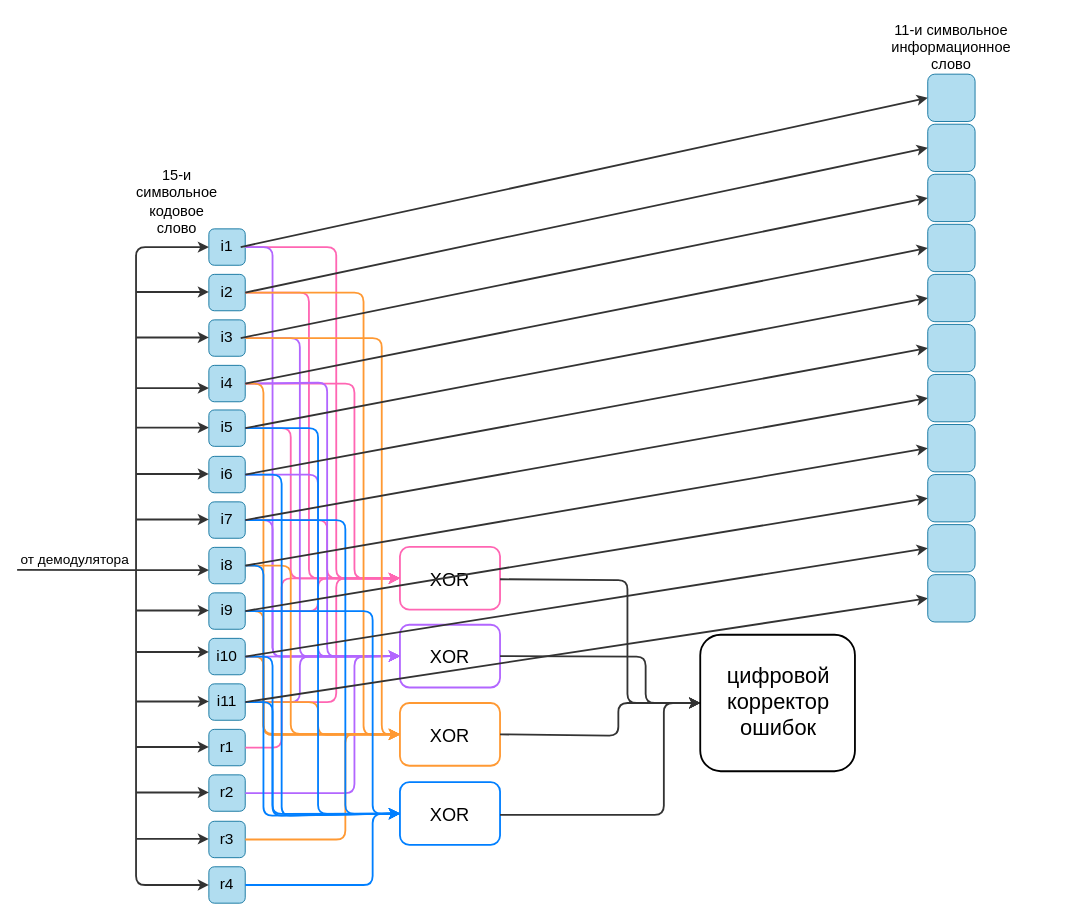
7Kseniya/itmo keeps this draw.io diagram as page "Страница 2" (2 of 2) of 1st semester/computer science/Диаграмма без названия.drawio. Above is the earlier version. Source tidied: cells renumbered, new cells numbered last; positions are measured from the earlier drawing's top-left corner, leaving out a move shared by most shapes. Both pictures are drawn from the tidied source at 91%, with x=0, y=0 at pixel (15, 15).
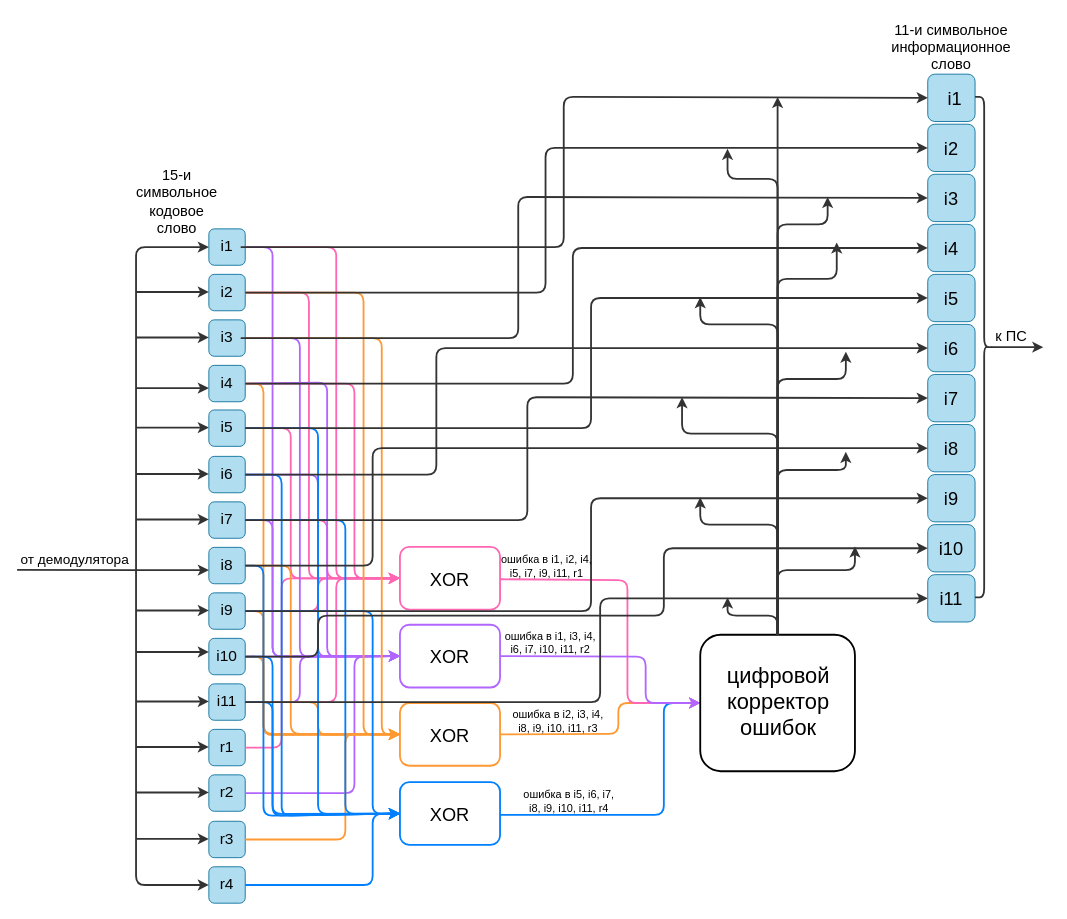
Above is the later version.

The change refers to these unchanged cells:
```xml
<mxCell id="4" style="rounded=1;whiteSpace=wrap;html=1;fillColor=#b1ddf0;strokeColor=#10739e;fillStyle=auto;" parent="1" vertex="1">
  <mxGeometry x="212" y="284" width="40" height="40" as="geometry" />
</mxCell>
<mxCell id="34" value="i1" style="text;html=1;strokeColor=none;fillColor=none;align=center;verticalAlign=middle;whiteSpace=wrap;rounded=0;fillStyle=auto;strokeWidth=2;fontSize=17;" parent="1" vertex="1">
  <mxGeometry x="217" y="239" width="30" height="30" as="geometry" />
</mxCell>
<mxCell id="36" value="i3" style="text;html=1;strokeColor=none;fillColor=none;align=center;verticalAlign=middle;whiteSpace=wrap;rounded=0;fillStyle=auto;strokeWidth=2;fontSize=17;" parent="1" vertex="1">
  <mxGeometry x="217" y="339" width="30" height="30" as="geometry" />
</mxCell>
<mxCell id="37" value="i4" style="text;html=1;strokeColor=none;fillColor=none;align=center;verticalAlign=middle;whiteSpace=wrap;rounded=0;fillStyle=auto;strokeWidth=2;fontSize=17;" parent="1" vertex="1">
  <mxGeometry x="212" y="389" width="40" height="30" as="geometry" />
</mxCell>
<mxCell id="38" value="i5" style="text;html=1;strokeColor=none;fillColor=none;align=center;verticalAlign=middle;whiteSpace=wrap;rounded=0;fillStyle=auto;strokeWidth=2;fontSize=17;" parent="1" vertex="1">
  <mxGeometry x="212" y="438" width="40" height="30" as="geometry" />
</mxCell>
<mxCell id="40" value="i7" style="text;html=1;strokeColor=none;fillColor=none;align=center;verticalAlign=middle;whiteSpace=wrap;rounded=0;fillStyle=auto;strokeWidth=2;fontSize=17;" parent="1" vertex="1">
  <mxGeometry x="212" y="539" width="40" height="30" as="geometry" />
</mxCell>
<mxCell id="41" value="i8" style="text;html=1;strokeColor=none;fillColor=none;align=center;verticalAlign=middle;whiteSpace=wrap;rounded=0;fillStyle=auto;strokeWidth=2;fontSize=17;" parent="1" vertex="1">
  <mxGeometry x="212" y="589" width="40" height="30" as="geometry" />
</mxCell>
<mxCell id="42" value="i9" style="text;html=1;strokeColor=none;fillColor=none;align=center;verticalAlign=middle;whiteSpace=wrap;rounded=0;fillStyle=auto;strokeWidth=2;fontSize=17;" parent="1" vertex="1">
  <mxGeometry x="212" y="639" width="40" height="30" as="geometry" />
</mxCell>
<mxCell id="43" value="i10" style="text;html=1;strokeColor=none;fillColor=none;align=center;verticalAlign=middle;whiteSpace=wrap;rounded=0;fillStyle=auto;strokeWidth=2;fontSize=17;" parent="1" vertex="1">
  <mxGeometry x="212" y="689" width="40" height="30" as="geometry" />
</mxCell>
<mxCell id="50" style="rounded=1;whiteSpace=wrap;html=1;fillStyle=auto;strokeColor=#FF9933;strokeWidth=2;fontSize=17;" parent="1" vertex="1">
  <mxGeometry x="422" y="755" width="110" height="69" as="geometry" />
</mxCell>
<mxCell id="51" style="rounded=1;whiteSpace=wrap;html=1;fillStyle=auto;strokeColor=#B266FF;strokeWidth=2;fontSize=17;" parent="1" vertex="1">
  <mxGeometry x="422" y="669" width="110" height="69" as="geometry" />
</mxCell>
<mxCell id="90" style="rounded=1;whiteSpace=wrap;html=1;fillColor=#b1ddf0;strokeColor=#10739e;fillStyle=auto;" parent="1" vertex="1">
  <mxGeometry x="1002" y="229" width="52" height="52" as="geometry" />
</mxCell>
<mxCell id="95" style="rounded=1;whiteSpace=wrap;html=1;fillStyle=auto;strokeWidth=2;fontSize=16;" parent="1" vertex="1">
  <mxGeometry x="752" y="680" width="170" height="150" as="geometry" />
</mxCell>
<mxCell id="97" style="rounded=1;whiteSpace=wrap;html=1;fillColor=#b1ddf0;strokeColor=#10739e;fillStyle=auto;" parent="1" vertex="1">
  <mxGeometry x="1002" y="284" width="52" height="52" as="geometry" />
</mxCell>
<mxCell id="98" style="rounded=1;whiteSpace=wrap;html=1;fillColor=#b1ddf0;strokeColor=#10739e;fillStyle=auto;" parent="1" vertex="1">
  <mxGeometry x="1002" y="339" width="52" height="52" as="geometry" />
</mxCell>
<mxCell id="99" style="rounded=1;whiteSpace=wrap;html=1;fillColor=#b1ddf0;strokeColor=#10739e;fillStyle=auto;" parent="1" vertex="1">
  <mxGeometry x="1002" y="174" width="52" height="52" as="geometry" />
</mxCell>
<mxCell id="100" style="rounded=1;whiteSpace=wrap;html=1;fillColor=#b1ddf0;strokeColor=#10739e;fillStyle=auto;" parent="1" vertex="1">
  <mxGeometry x="1002" y="449" width="52" height="52" as="geometry" />
</mxCell>
<mxCell id="101" style="rounded=1;whiteSpace=wrap;html=1;fillColor=#b1ddf0;strokeColor=#10739e;fillStyle=auto;" parent="1" vertex="1">
  <mxGeometry x="1002" y="504" width="52" height="52" as="geometry" />
</mxCell>
<mxCell id="102" style="rounded=1;whiteSpace=wrap;html=1;fillColor=#b1ddf0;strokeColor=#10739e;fillStyle=auto;" parent="1" vertex="1">
  <mxGeometry x="1002" y="559" width="52" height="52" as="geometry" />
</mxCell>
<mxCell id="103" style="rounded=1;whiteSpace=wrap;html=1;fillColor=#b1ddf0;strokeColor=#10739e;fillStyle=auto;" parent="1" vertex="1">
  <mxGeometry x="1002" y="394" width="52" height="52" as="geometry" />
</mxCell>
<mxCell id="116" style="rounded=1;whiteSpace=wrap;html=1;fillColor=#b1ddf0;strokeColor=#10739e;fillStyle=auto;" parent="1" vertex="1">
  <mxGeometry x="1002" y="614" width="52" height="52" as="geometry" />
</mxCell>
```

Diff of the diagram source:
```diff
@@
+    <mxCell id="119" value="&lt;font color=&quot;#000000&quot;&gt;к ПС&lt;/font&gt;" style="text;html=1;strokeColor=none;fillColor=none;align=center;verticalAlign=middle;whiteSpace=wrap;rounded=0;fillStyle=auto;strokeWidth=2;fontSize=16;fontColor=#FF66B3;" parent="1" vertex="1">
+      <mxGeometry x="1064" y="337" width="60" height="30" as="geometry" />
+    </mxCell>
@@
-    <mxCell id="91" style="endArrow=classic;html=1;rounded=1;strokeColor=#333333;strokeWidth=2;fontSize=24;entryX=0;entryY=0.5;entryDx=0;entryDy=0;" parent="1" edge="1" target="95">
+    <mxCell id="91" style="endArrow=classic;html=1;rounded=1;strokeColor=#007FFF;strokeWidth=2;fontSize=24;entryX=0;entryY=0.5;entryDx=0;entryDy=0;" parent="1" edge="1" target="95">
       <mxGeometry relative="1" as="geometry">
         <mxPoint x="532" y="878" as="sourcePoint" />
         <Array as="points">
           <mxPoint x="712" y="878" />
           <mxPoint x="712" y="755" />
         </Array>
       </mxGeometry>
     </mxCell>
-    <mxCell id="92" style="endArrow=classic;html=1;rounded=1;strokeColor=#333333;strokeWidth=2;fontSize=24;entryX=0;entryY=0.5;entryDx=0;entryDy=0;exitX=1;exitY=0.5;exitDx=0;exitDy=0;" parent="1" edge="1" source="50" target="95">
+    <mxCell id="92" style="endArrow=classic;html=1;rounded=1;strokeColor=#FF9933;strokeWidth=2;fontSize=24;entryX=0;entryY=0.5;entryDx=0;entryDy=0;exitX=1;exitY=0.5;exitDx=0;exitDy=0;" parent="1" edge="1" source="50" target="95">
       <mxGeometry relative="1" as="geometry">
         <Array as="points">
-          <mxPoint x="662" y="791" />
+          <mxPoint x="662" y="789" />
           <mxPoint x="662" y="755" />
         </Array>
       </mxGeometry>
     </mxCell>
-    <mxCell id="93" style="endArrow=classic;html=1;rounded=1;strokeColor=#333333;strokeWidth=2;fontSize=24;entryX=0;entryY=0.5;entryDx=0;entryDy=0;" parent="1" edge="1" target="95">
+    <mxCell id="93" style="endArrow=classic;html=1;rounded=1;strokeColor=#FF66B3;strokeWidth=2;fontSize=24;entryX=0;entryY=0.5;entryDx=0;entryDy=0;fontColor=#FF66B3;" parent="1" edge="1" target="95">
       <mxGeometry relative="1" as="geometry">
         <mxPoint x="532" y="619" as="sourcePoint" />
         <Array as="points">
           <mxPoint x="672" y="620" />
           <mxPoint x="672" y="755" />
         </Array>
       </mxGeometry>
     </mxCell>
-    <mxCell id="94" style="endArrow=classic;html=1;rounded=1;strokeColor=#333333;strokeWidth=2;fontSize=24;entryX=0;entryY=0.5;entryDx=0;entryDy=0;exitX=1;exitY=0.5;exitDx=0;exitDy=0;" parent="1" edge="1" source="51" target="95">
+    <mxCell id="94" style="endArrow=classic;html=1;rounded=1;strokeColor=#B266FF;strokeWidth=2;fontSize=24;entryX=0;entryY=0.5;entryDx=0;entryDy=0;exitX=1;exitY=0.5;exitDx=0;exitDy=0;" parent="1" edge="1" source="51" target="95">
       <mxGeometry relative="1" as="geometry">
         <Array as="points">
           <mxPoint x="692" y="704" />
           <mxPoint x="692" y="755" />
         </Array>
       </mxGeometry>
     </mxCell>
@@
     <mxCell id="107" style="endArrow=classic;html=1;rounded=1;strokeColor=#333333;strokeWidth=2;fontSize=16;exitX=1;exitY=0.5;exitDx=0;exitDy=0;" parent="1" edge="1" source="34">
       <mxGeometry relative="1" as="geometry">
         <mxPoint x="1002" y="90" as="targetPoint" />
+        <Array as="points">
+          <mxPoint x="602" y="254" />
+          <mxPoint x="602" y="89" />
+        </Array>
       </mxGeometry>
     </mxCell>
     <mxCell id="108" style="endArrow=classic;html=1;rounded=1;strokeColor=#333333;strokeWidth=2;fontSize=16;exitX=1;exitY=0.5;exitDx=0;exitDy=0;" parent="1" edge="1" source="4">
       <mxGeometry relative="1" as="geometry">
         <mxPoint x="1002" y="145" as="targetPoint" />
+        <Array as="points">
+          <mxPoint x="582" y="304" />
+          <mxPoint x="582" y="145" />
+        </Array>
       </mxGeometry>
     </mxCell>
     <mxCell id="109" style="endArrow=classic;html=1;rounded=1;strokeColor=#333333;strokeWidth=2;fontSize=16;exitX=1;exitY=0.5;exitDx=0;exitDy=0;entryX=0;entryY=0.5;entryDx=0;entryDy=0;" parent="1" edge="1" source="36" target="99">
-      <mxGeometry relative="1" as="geometry" />
+      <mxGeometry relative="1" as="geometry">
+        <Array as="points">
+          <mxPoint x="552" y="354" />
+          <mxPoint x="552" y="199" />
+        </Array>
+      </mxGeometry>
     </mxCell>
     <mxCell id="110" style="endArrow=classic;html=1;rounded=1;strokeColor=#333333;strokeWidth=2;fontSize=16;exitX=1;exitY=0.5;exitDx=0;exitDy=0;entryX=0;entryY=0.5;entryDx=0;entryDy=0;" parent="1" edge="1" source="37" target="90">
-      <mxGeometry relative="1" as="geometry" />
+      <mxGeometry relative="1" as="geometry">
+        <Array as="points">
+          <mxPoint x="612" y="404" />
+          <mxPoint x="612" y="255" />
+        </Array>
+      </mxGeometry>
     </mxCell>
     <mxCell id="111" style="endArrow=classic;html=1;rounded=1;strokeColor=#333333;strokeWidth=2;fontSize=16;exitX=1;exitY=0.5;exitDx=0;exitDy=0;entryX=0;entryY=0.5;entryDx=0;entryDy=0;" parent="1" edge="1" source="38" target="97">
-      <mxGeometry relative="1" as="geometry" />
+      <mxGeometry relative="1" as="geometry">
+        <Array as="points">
+          <mxPoint x="632" y="453" />
+          <mxPoint x="632" y="310" />
+        </Array>
+      </mxGeometry>
     </mxCell>
     <mxCell id="112" style="endArrow=classic;html=1;rounded=1;strokeColor=#333333;strokeWidth=2;fontSize=16;entryX=0;entryY=0.5;entryDx=0;entryDy=0;" parent="1" edge="1" target="98">
       <mxGeometry relative="1" as="geometry">
         <mxPoint x="252" y="504" as="sourcePoint" />
+        <Array as="points">
+          <mxPoint x="462" y="504" />
+          <mxPoint x="462" y="365" />
+        </Array>
       </mxGeometry>
     </mxCell>
     <mxCell id="113" style="endArrow=classic;html=1;rounded=1;strokeColor=#333333;strokeWidth=2;fontSize=16;exitX=1;exitY=0.5;exitDx=0;exitDy=0;entryX=0;entryY=0.5;entryDx=0;entryDy=0;" parent="1" edge="1" source="40" target="103">
-      <mxGeometry relative="1" as="geometry" />
+      <mxGeometry relative="1" as="geometry">
+        <Array as="points">
+          <mxPoint x="562" y="554" />
+          <mxPoint x="562" y="419" />
+        </Array>
+      </mxGeometry>
     </mxCell>
     <mxCell id="114" style="endArrow=classic;html=1;rounded=1;strokeColor=#333333;strokeWidth=2;fontSize=16;entryX=0;entryY=0.5;entryDx=0;entryDy=0;" parent="1" edge="1" target="116">
       <mxGeometry relative="1" as="geometry">
         <mxPoint x="252" y="754" as="sourcePoint" />
+        <Array as="points">
+          <mxPoint x="642" y="754" />
+          <mxPoint x="642" y="640" />
+        </Array>
       </mxGeometry>
     </mxCell>
     <mxCell id="115" style="endArrow=classic;html=1;rounded=1;strokeColor=#333333;strokeWidth=2;fontSize=16;exitX=1;exitY=0.5;exitDx=0;exitDy=0;entryX=0;entryY=0.5;entryDx=0;entryDy=0;" parent="1" edge="1" source="41" target="100">
-      <mxGeometry relative="1" as="geometry" />
+      <mxGeometry relative="1" as="geometry">
+        <Array as="points">
+          <mxPoint x="392" y="604" />
+          <mxPoint x="392" y="475" />
+        </Array>
+      </mxGeometry>
     </mxCell>
@@
     <mxCell id="117" style="endArrow=classic;html=1;rounded=1;strokeColor=#333333;strokeWidth=2;fontSize=16;exitX=1;exitY=0.5;exitDx=0;exitDy=0;entryX=0;entryY=0.5;entryDx=0;entryDy=0;" parent="1" edge="1" source="42" target="101">
-      <mxGeometry relative="1" as="geometry" />
+      <mxGeometry relative="1" as="geometry">
+        <Array as="points">
+          <mxPoint x="632" y="654" />
+          <mxPoint x="632" y="530" />
+        </Array>
+      </mxGeometry>
     </mxCell>
     <mxCell id="118" style="endArrow=classic;html=1;rounded=1;strokeColor=#333333;strokeWidth=2;fontSize=16;exitX=1;exitY=0.5;exitDx=0;exitDy=0;entryX=0;entryY=0.5;entryDx=0;entryDy=0;" parent="1" edge="1" source="43" target="102">
-      <mxGeometry relative="1" as="geometry" />
+      <mxGeometry relative="1" as="geometry">
+        <Array as="points">
+          <mxPoint x="332" y="704" />
+          <mxPoint x="332" y="659" />
+          <mxPoint x="712" y="659" />
+          <mxPoint x="712" y="585" />
+        </Array>
+      </mxGeometry>
     </mxCell>
+    <mxCell id="120" style="shape=curlyBracket;whiteSpace=wrap;html=1;rounded=1;flipH=1;fillStyle=auto;strokeColor=#333333;strokeWidth=2;fontSize=16;fontColor=#FF66B3;" parent="1" vertex="1">
+      <mxGeometry x="1054" y="89" width="20" height="550" as="geometry" />
+    </mxCell>
+    <mxCell id="121" style="endArrow=classic;html=1;rounded=1;strokeColor=#333333;strokeWidth=2;fontSize=16;fontColor=#FF66B3;" parent="1" edge="1">
+      <mxGeometry relative="1" as="geometry">
+        <mxPoint x="1072" y="364" as="sourcePoint" />
+        <mxPoint x="1129" y="364" as="targetPoint" />
+      </mxGeometry>
+    </mxCell>
+    <mxCell id="122" style="endArrow=classic;html=1;rounded=1;strokeColor=#333333;strokeWidth=2;fontSize=16;fontColor=#000000;" parent="1" edge="1">
+      <mxGeometry relative="1" as="geometry">
+        <mxPoint x="837" y="679" as="sourcePoint" />
+        <mxPoint x="837" y="89" as="targetPoint" />
+      </mxGeometry>
+    </mxCell>
+    <mxCell id="123" style="endArrow=classic;html=1;rounded=1;strokeColor=#333333;strokeWidth=2;fontSize=16;fontColor=#000000;exitX=0.5;exitY=0;exitDx=0;exitDy=0;" parent="1" edge="1" source="95">
+      <mxGeometry relative="1" as="geometry">
+        <mxPoint x="782" y="146" as="targetPoint" />
+        <Array as="points">
+          <mxPoint x="837" y="179" />
+          <mxPoint x="782" y="179" />
+        </Array>
+      </mxGeometry>
+    </mxCell>
+    <mxCell id="124" style="endArrow=classic;html=1;rounded=1;strokeColor=#333333;strokeWidth=2;fontSize=16;fontColor=#000000;exitX=0.5;exitY=0;exitDx=0;exitDy=0;" parent="1" edge="1" source="95">
+      <mxGeometry relative="1" as="geometry">
+        <mxPoint x="892" y="199" as="targetPoint" />
+        <Array as="points">
+          <mxPoint x="837" y="229" />
+          <mxPoint x="892" y="229" />
+        </Array>
+      </mxGeometry>
+    </mxCell>
+    <mxCell id="125" style="endArrow=classic;html=1;rounded=1;strokeColor=#333333;strokeWidth=2;fontSize=16;fontColor=#000000;exitX=0.5;exitY=0;exitDx=0;exitDy=0;" parent="1" edge="1" source="95">
+      <mxGeometry relative="1" as="geometry">
+        <mxPoint x="752" y="309" as="targetPoint" />
+        <Array as="points">
+          <mxPoint x="837" y="339" />
+          <mxPoint x="752" y="339" />
+        </Array>
+      </mxGeometry>
+    </mxCell>
+    <mxCell id="126" style="endArrow=classic;html=1;rounded=1;strokeColor=#333333;strokeWidth=2;fontSize=16;fontColor=#000000;exitX=0.5;exitY=0;exitDx=0;exitDy=0;" parent="1" edge="1" source="95">
+      <mxGeometry relative="1" as="geometry">
+        <mxPoint x="912" y="369" as="targetPoint" />
+        <Array as="points">
+          <mxPoint x="837" y="399" />
+          <mxPoint x="912" y="399" />
+        </Array>
+      </mxGeometry>
+    </mxCell>
+    <mxCell id="127" style="endArrow=classic;html=1;rounded=1;strokeColor=#333333;strokeWidth=2;fontSize=16;fontColor=#000000;exitX=0.5;exitY=0;exitDx=0;exitDy=0;" parent="1" edge="1" source="95">
+      <mxGeometry relative="1" as="geometry">
+        <mxPoint x="732" y="419" as="targetPoint" />
+        <Array as="points">
+          <mxPoint x="837" y="459" />
+          <mxPoint x="732" y="459" />
+        </Array>
+      </mxGeometry>
+    </mxCell>
+    <mxCell id="128" style="endArrow=classic;html=1;rounded=1;strokeColor=#333333;strokeWidth=2;fontSize=16;fontColor=#000000;exitX=0.5;exitY=0;exitDx=0;exitDy=0;" parent="1" edge="1" source="95">
+      <mxGeometry relative="1" as="geometry">
+        <mxPoint x="912" y="479" as="targetPoint" />
+        <Array as="points">
+          <mxPoint x="837" y="499" />
+          <mxPoint x="912" y="499" />
+        </Array>
+      </mxGeometry>
+    </mxCell>
+    <mxCell id="129" style="endArrow=classic;html=1;rounded=1;strokeColor=#333333;strokeWidth=2;fontSize=16;fontColor=#000000;exitX=0.5;exitY=0;exitDx=0;exitDy=0;" parent="1" edge="1" source="95">
+      <mxGeometry relative="1" as="geometry">
+        <mxPoint x="752" y="529" as="targetPoint" />
+        <Array as="points">
+          <mxPoint x="837" y="559" />
+          <mxPoint x="752" y="559" />
+        </Array>
+      </mxGeometry>
+    </mxCell>
+    <mxCell id="130" style="endArrow=classic;html=1;rounded=1;strokeColor=#333333;strokeWidth=2;fontSize=16;fontColor=#000000;exitX=0.5;exitY=0;exitDx=0;exitDy=0;" parent="1" edge="1" source="95">
+      <mxGeometry relative="1" as="geometry">
+        <mxPoint x="922" y="583" as="targetPoint" />
+        <Array as="points">
+          <mxPoint x="837" y="609" />
+          <mxPoint x="922" y="609" />
+        </Array>
+      </mxGeometry>
+    </mxCell>
+    <mxCell id="131" style="endArrow=classic;html=1;rounded=1;strokeColor=#333333;strokeWidth=2;fontSize=16;fontColor=#000000;exitX=0.5;exitY=0;exitDx=0;exitDy=0;" parent="1" edge="1" source="95">
+      <mxGeometry relative="1" as="geometry">
+        <mxPoint x="782" y="639" as="targetPoint" />
+        <Array as="points">
+          <mxPoint x="837" y="659" />
+          <mxPoint x="782" y="659" />
+        </Array>
+      </mxGeometry>
+    </mxCell>
+    <mxCell id="132" style="endArrow=classic;html=1;rounded=1;strokeColor=#333333;strokeWidth=2;fontSize=16;fontColor=#000000;exitX=0.5;exitY=0;exitDx=0;exitDy=0;" parent="1" edge="1" source="95">
+      <mxGeometry relative="1" as="geometry">
+        <mxPoint x="902" y="249" as="targetPoint" />
+        <Array as="points">
+          <mxPoint x="837" y="289" />
+          <mxPoint x="902" y="289" />
+        </Array>
+      </mxGeometry>
+    </mxCell>
+    <mxCell id="133" value="i1" style="text;html=1;strokeColor=none;fillColor=none;align=center;verticalAlign=middle;whiteSpace=wrap;rounded=0;fillStyle=auto;strokeWidth=2;fontSize=20;fontColor=#000000;" parent="1" vertex="1">
+      <mxGeometry x="1002" y="75" width="60" height="30" as="geometry" />
+    </mxCell>
+    <mxCell id="134" value="i2" style="text;html=1;strokeColor=none;fillColor=none;align=center;verticalAlign=middle;whiteSpace=wrap;rounded=0;fillStyle=auto;strokeWidth=2;fontSize=20;fontColor=#000000;" parent="1" vertex="1">
+      <mxGeometry x="1008" y="130" width="40" height="30" as="geometry" />
+    </mxCell>
+    <mxCell id="135" value="i3" style="text;html=1;strokeColor=none;fillColor=none;align=center;verticalAlign=middle;whiteSpace=wrap;rounded=0;fillStyle=auto;strokeWidth=2;fontSize=20;fontColor=#000000;" parent="1" vertex="1">
+      <mxGeometry x="1008" y="185" width="40" height="30" as="geometry" />
+    </mxCell>
+    <mxCell id="136" value="i4" style="text;html=1;strokeColor=none;fillColor=none;align=center;verticalAlign=middle;whiteSpace=wrap;rounded=0;fillStyle=auto;strokeWidth=2;fontSize=20;fontColor=#000000;" parent="1" vertex="1">
+      <mxGeometry x="1008" y="240" width="40" height="30" as="geometry" />
+    </mxCell>
+    <mxCell id="137" value="i5" style="text;html=1;strokeColor=none;fillColor=none;align=center;verticalAlign=middle;whiteSpace=wrap;rounded=0;fillStyle=auto;strokeWidth=2;fontSize=20;fontColor=#000000;" parent="1" vertex="1">
+      <mxGeometry x="1008" y="295" width="40" height="30" as="geometry" />
+    </mxCell>
+    <mxCell id="138" value="i6" style="text;html=1;strokeColor=none;fillColor=none;align=center;verticalAlign=middle;whiteSpace=wrap;rounded=0;fillStyle=auto;strokeWidth=2;fontSize=20;fontColor=#000000;" parent="1" vertex="1">
+      <mxGeometry x="1008" y="350" width="40" height="30" as="geometry" />
+    </mxCell>
+    <mxCell id="139" value="i7" style="text;html=1;strokeColor=none;fillColor=none;align=center;verticalAlign=middle;whiteSpace=wrap;rounded=0;fillStyle=auto;strokeWidth=2;fontSize=20;fontColor=#000000;" parent="1" vertex="1">
+      <mxGeometry x="1008" y="405" width="40" height="30" as="geometry" />
+    </mxCell>
+    <mxCell id="140" value="i8" style="text;html=1;strokeColor=none;fillColor=none;align=center;verticalAlign=middle;whiteSpace=wrap;rounded=0;fillStyle=auto;strokeWidth=2;fontSize=20;fontColor=#000000;" parent="1" vertex="1">
+      <mxGeometry x="1008" y="460" width="40" height="30" as="geometry" />
+    </mxCell>
+    <mxCell id="141" value="i9" style="text;html=1;strokeColor=none;fillColor=none;align=center;verticalAlign=middle;whiteSpace=wrap;rounded=0;fillStyle=auto;strokeWidth=2;fontSize=20;fontColor=#000000;" parent="1" vertex="1">
+      <mxGeometry x="1008" y="515" width="40" height="30" as="geometry" />
+    </mxCell>
+    <mxCell id="142" value="i10" style="text;html=1;strokeColor=none;fillColor=none;align=center;verticalAlign=middle;whiteSpace=wrap;rounded=0;fillStyle=auto;strokeWidth=2;fontSize=20;fontColor=#000000;" parent="1" vertex="1">
+      <mxGeometry x="1008" y="570" width="40" height="30" as="geometry" />
+    </mxCell>
+    <mxCell id="143" value="i11" style="text;html=1;strokeColor=none;fillColor=none;align=center;verticalAlign=middle;whiteSpace=wrap;rounded=0;fillStyle=auto;strokeWidth=2;fontSize=20;fontColor=#000000;" parent="1" vertex="1">
+      <mxGeometry x="1008" y="625" width="40" height="30" as="geometry" />
+    </mxCell>
+    <mxCell id="144" value="ошибка в i1, i2, i4, i5, i7, i9, i11, r1" style="text;html=1;strokeColor=none;fillColor=none;align=center;verticalAlign=middle;whiteSpace=wrap;rounded=0;fillStyle=auto;strokeWidth=2;fontSize=12;fontColor=#000000;" parent="1" vertex="1">
+      <mxGeometry x="532" y="575" width="103" height="60" as="geometry" />
+    </mxCell>
+    <mxCell id="145" value="ошибка в i1, i3, i4, i6, i7, i10, i11, r2" style="text;html=1;strokeColor=none;fillColor=none;align=center;verticalAlign=middle;whiteSpace=wrap;rounded=0;fillStyle=auto;strokeWidth=2;fontSize=12;fontColor=#000000;" parent="1" vertex="1">
+      <mxGeometry x="536" y="658.5" width="103" height="60" as="geometry" />
+    </mxCell>
+    <mxCell id="146" value="ошибка в i2, i3, i4, i8, i9, i10, i11, r3" style="text;html=1;strokeColor=none;fillColor=none;align=center;verticalAlign=middle;whiteSpace=wrap;rounded=0;fillStyle=auto;strokeWidth=2;fontSize=12;fontColor=#000000;" parent="1" vertex="1">
+      <mxGeometry x="541" y="745" width="110" height="60" as="geometry" />
+    </mxCell>
+    <mxCell id="147" value="ошибка в i5, i6, i7, i8, i9, i10, i11, r4" style="text;html=1;strokeColor=none;fillColor=none;align=center;verticalAlign=middle;whiteSpace=wrap;rounded=0;fillStyle=auto;strokeWidth=2;fontSize=12;fontColor=#000000;" parent="1" vertex="1">
+      <mxGeometry x="553" y="832.5" width="110" height="60" as="geometry" />
+    </mxCell>
```
